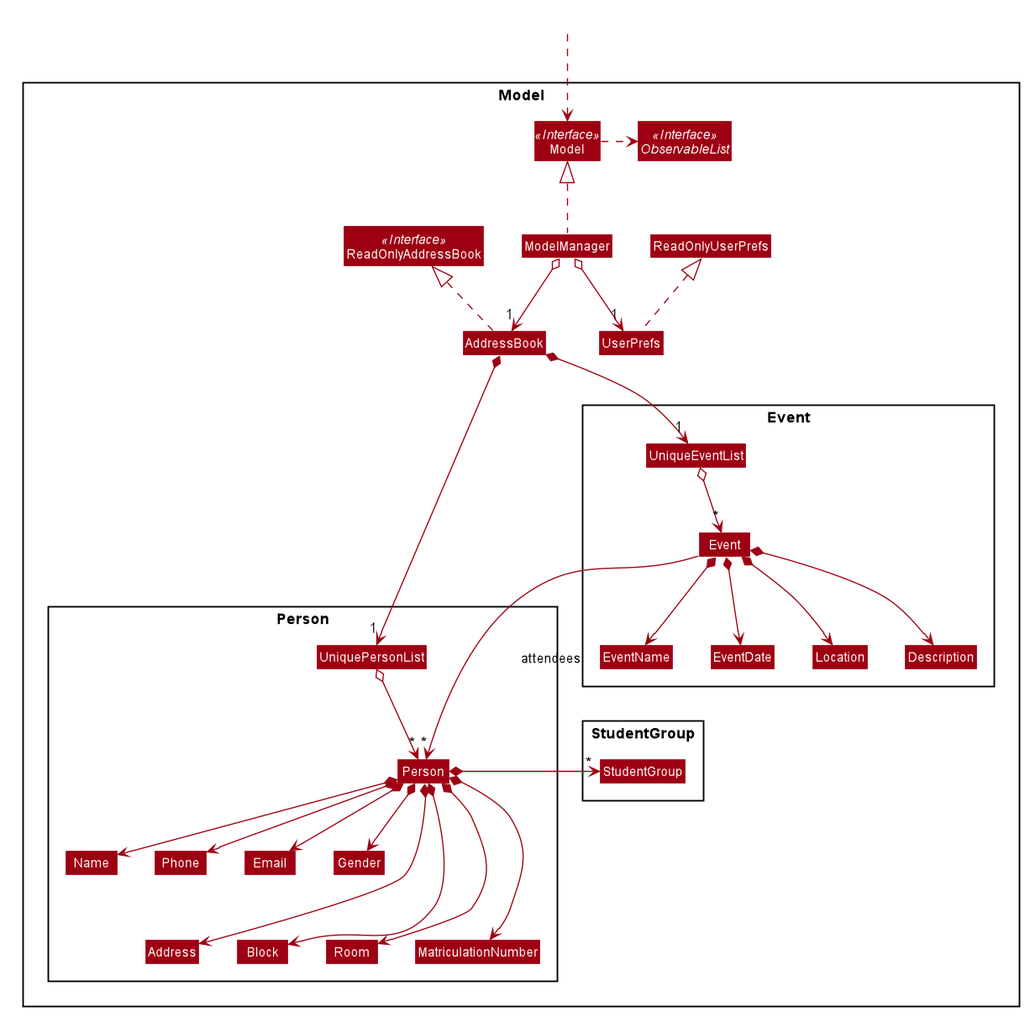
yanchenglee98/tp keeps this PlantUML diagram as docs/images/ModelClassDiagram.png. Above is the earlier version.
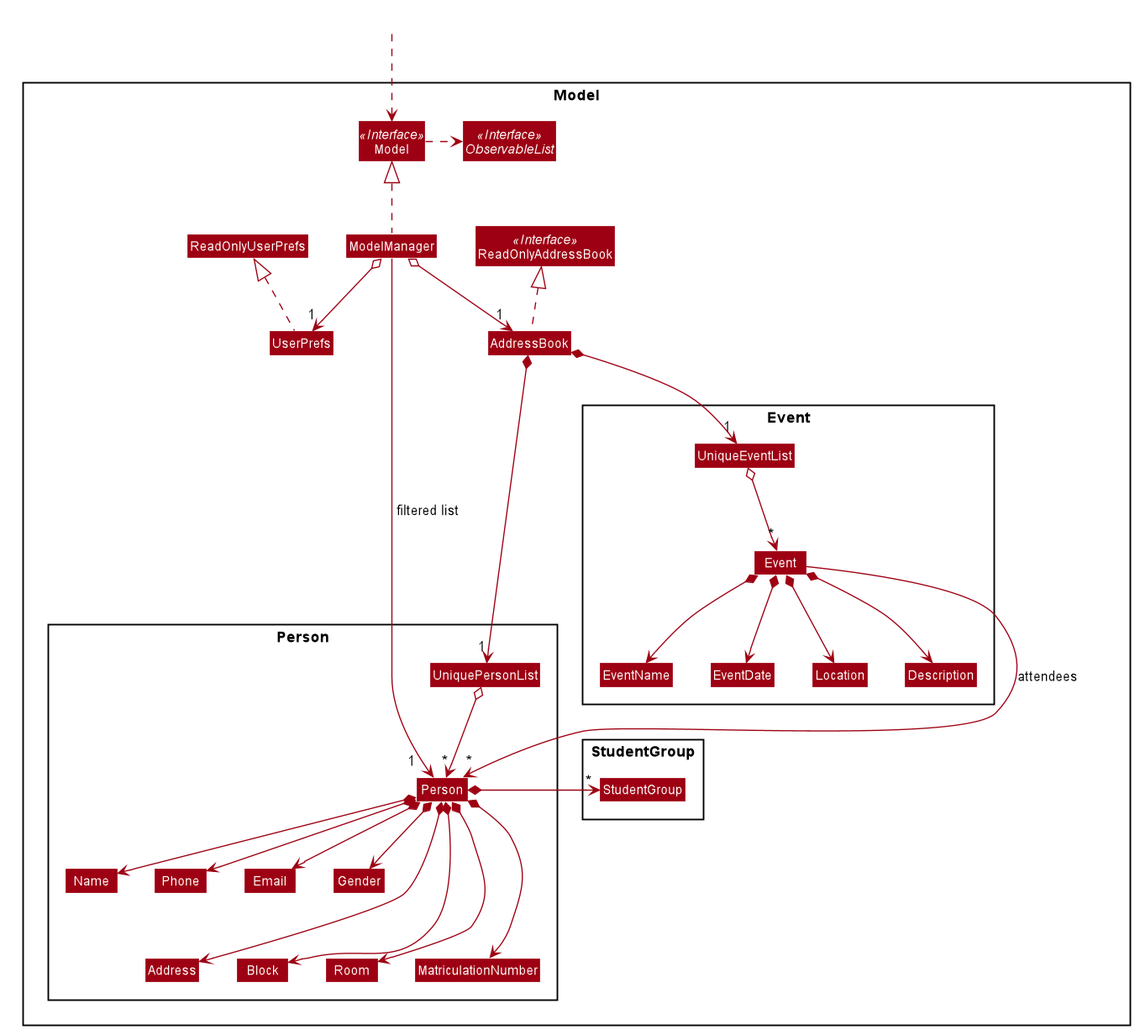
After the commit.

Commit message:
DG: style model class diagram more

Diff of the diagram source:
```diff
@@ -122,4 +122,6 @@
 Person *---> MatriculationNumber
 Person *->"*" StudentGroup
 
+ModelManager -->"        1 " Person : " filtered list"
+
 @enduml
```
